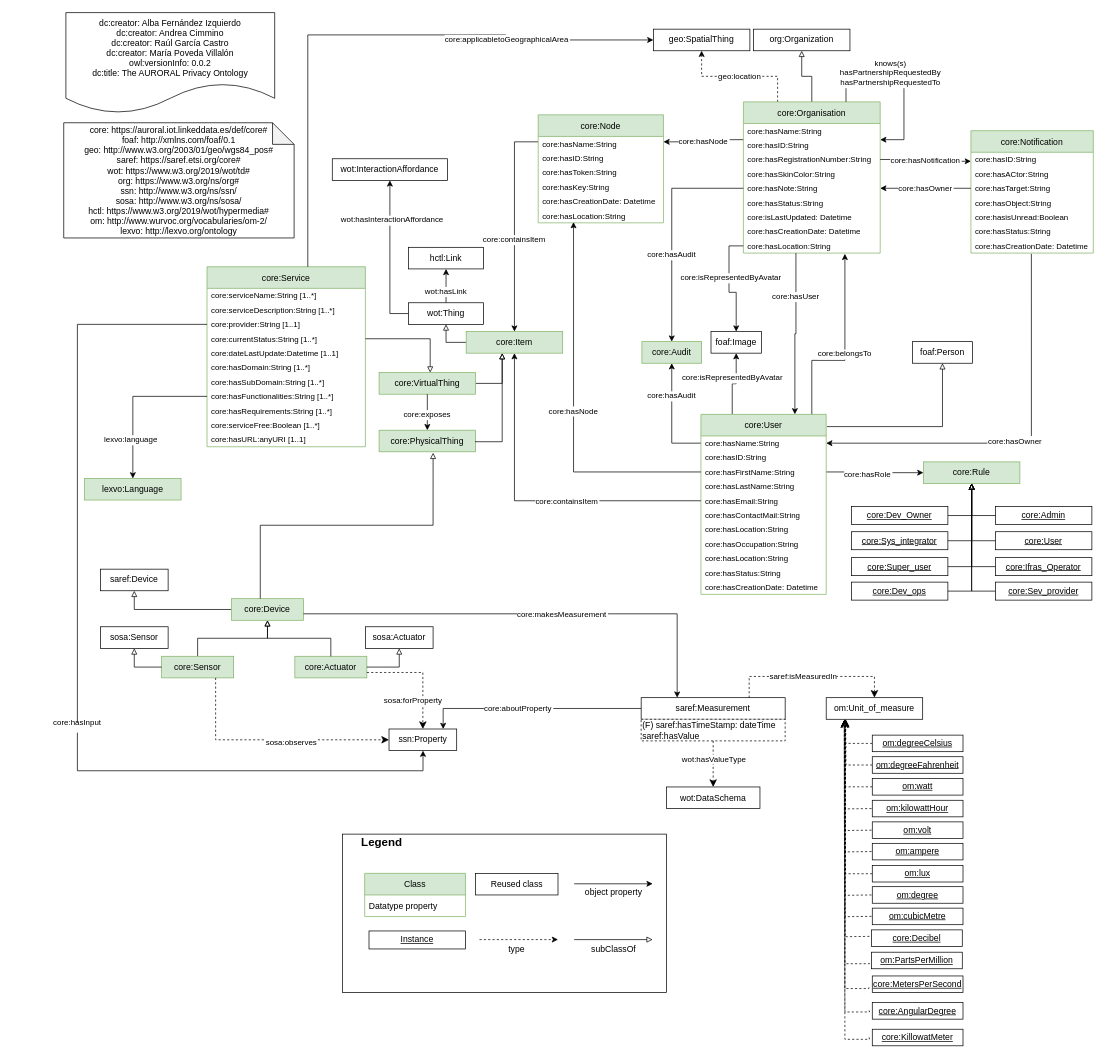
This is page "V2" (1 of 2) of diagrams/core.drawio from oeg-upm/auroral-core-ontology, a draw.io file, before an edit. Source tidied: cells renumbered, new cells numbered last; positions are measured from the earlier drawing's top-left corner, leaving out a move shared by most shapes. Both pictures are drawn from the tidied source at 72%, with x=0, y=0 at pixel (63, 12).
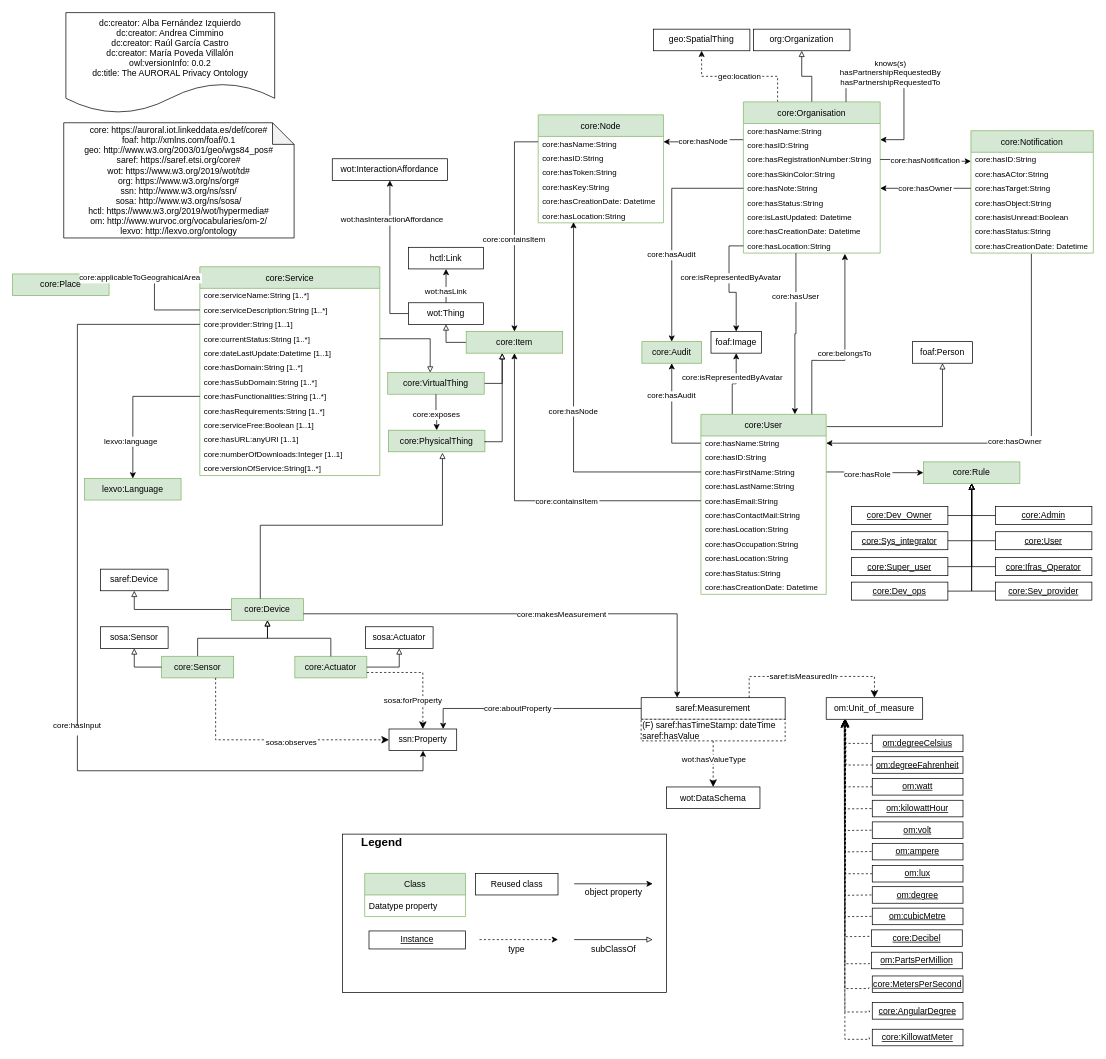
The same page after the edit.

Unchanged cells that the change refers to:
```xml
<mxCell id="47" value="geo:SpatialThing" style="rounded=0;whiteSpace=wrap;html=1;" parent="1" vertex="1">
  <mxGeometry x="819" y="23" width="134" height="30" as="geometry" />
</mxCell>
```

What changed in the source:
```diff
@@
     <mxCell id="158" value="core:Service" style="swimlane;fontStyle=0;horizontal=1;startSize=30;fillColor=#d5e8d4;strokeColor=#82b366;" parent="1" vertex="1">
-      <mxGeometry x="199" y="353" width="220" height="250" as="geometry" />
+      <mxGeometry x="189" y="353" width="250" height="290" as="geometry" />
     </mxCell>
     <mxCell id="159" value="core:serviceName:String [1..*]" style="text;strokeColor=none;fillColor=none;align=left;verticalAlign=middle;spacingLeft=4;spacingRight=4;overflow=hidden;fontSize=11;" parent="158" vertex="1">
-      <mxGeometry y="30" width="220" height="20" as="geometry" />
+      <mxGeometry y="30" width="250" height="20" as="geometry" />
     </mxCell>
     <mxCell id="160" value="core:serviceDescription:String [1..*]" style="text;strokeColor=none;fillColor=none;align=left;verticalAlign=middle;spacingLeft=4;spacingRight=4;overflow=hidden;points=[[0,0.5],[1,0.5]];portConstraint=eastwest;fontSize=11;" parent="158" vertex="1">
-      <mxGeometry y="50" width="220" height="20" as="geometry" />
+      <mxGeometry y="50" width="250" height="20" as="geometry" />
     </mxCell>
     <mxCell id="161" value="core:provider:String [1..1]" style="text;strokeColor=none;fillColor=none;align=left;verticalAlign=middle;spacingLeft=4;spacingRight=4;overflow=hidden;points=[[0,0.5],[1,0.5]];portConstraint=eastwest;fontSize=11;" parent="158" vertex="1">
-      <mxGeometry y="70" width="220" height="20" as="geometry" />
+      <mxGeometry y="70" width="250" height="20" as="geometry" />
     </mxCell>
     <mxCell id="162" value="core:currentStatus:String [1..*]" style="text;strokeColor=none;fillColor=none;align=left;verticalAlign=middle;spacingLeft=4;spacingRight=4;overflow=hidden;points=[[0,0.5],[1,0.5]];portConstraint=eastwest;fontSize=11;" parent="158" vertex="1">
-      <mxGeometry y="90" width="220" height="20" as="geometry" />
+      <mxGeometry y="90" width="250" height="20" as="geometry" />
     </mxCell>
     <mxCell id="163" value="core:dateLastUpdate:Datetime [1..1]" style="text;strokeColor=none;fillColor=none;align=left;verticalAlign=middle;spacingLeft=4;spacingRight=4;overflow=hidden;fontSize=11;" parent="158" vertex="1">
-      <mxGeometry y="110" width="220" height="20" as="geometry" />
+      <mxGeometry y="110" width="250" height="20" as="geometry" />
     </mxCell>
     <mxCell id="164" value="core:hasDomain:String [1..*]" style="text;strokeColor=none;fillColor=none;align=left;verticalAlign=middle;spacingLeft=4;spacingRight=4;overflow=hidden;fontSize=11;" parent="158" vertex="1">
-      <mxGeometry y="130" width="220" height="20" as="geometry" />
+      <mxGeometry y="130" width="250" height="20" as="geometry" />
     </mxCell>
     <mxCell id="165" value="core:hasSubDomain:String [1..*]" style="text;strokeColor=none;fillColor=none;align=left;verticalAlign=middle;spacingLeft=4;spacingRight=4;overflow=hidden;fontSize=11;" parent="158" vertex="1">
-      <mxGeometry y="150" width="220" height="20" as="geometry" />
+      <mxGeometry y="150" width="250" height="20" as="geometry" />
     </mxCell>
     <mxCell id="166" value="core:hasFunctionalities:String [1..*]" style="text;strokeColor=none;fillColor=none;align=left;verticalAlign=middle;spacingLeft=4;spacingRight=4;overflow=hidden;points=[[0,0.5],[1,0.5]];portConstraint=eastwest;fontSize=11;" parent="158" vertex="1">
-      <mxGeometry y="170" width="220" height="20" as="geometry" />
+      <mxGeometry y="170" width="250" height="20" as="geometry" />
     </mxCell>
     <mxCell id="167" value="core:hasRequirements:String [1..*]" style="text;strokeColor=none;fillColor=none;align=left;verticalAlign=middle;spacingLeft=4;spacingRight=4;overflow=hidden;fontSize=11;" parent="158" vertex="1">
-      <mxGeometry y="190" width="220" height="20" as="geometry" />
+      <mxGeometry y="190" width="250" height="20" as="geometry" />
     </mxCell>
-    <mxCell id="168" value="core:serviceFree:Boolean [1..*]" style="text;strokeColor=none;fillColor=none;align=left;verticalAlign=middle;spacingLeft=4;spacingRight=4;overflow=hidden;fontSize=11;" parent="158" vertex="1">
-      <mxGeometry y="210" width="220" height="20" as="geometry" />
+    <mxCell id="168" value="core:serviceFree:Boolean [1..1]" style="text;strokeColor=none;fillColor=none;align=left;verticalAlign=middle;spacingLeft=4;spacingRight=4;overflow=hidden;fontSize=11;" parent="158" vertex="1">
+      <mxGeometry y="210" width="250" height="20" as="geometry" />
     </mxCell>
     <mxCell id="169" value="core:hasURL:anyURI [1..1]" style="text;strokeColor=none;fillColor=none;align=left;verticalAlign=middle;spacingLeft=4;spacingRight=4;overflow=hidden;fontSize=11;" parent="158" vertex="1">
-      <mxGeometry y="230" width="220" height="20" as="geometry" />
+      <mxGeometry y="230" width="250" height="20" as="geometry" />
     </mxCell>
+    <mxCell id="182" value="core:numberOfDownloads:Integer [1..1]" style="text;strokeColor=none;fillColor=none;align=left;verticalAlign=middle;spacingLeft=4;spacingRight=4;overflow=hidden;fontSize=11;" parent="158" vertex="1">
+      <mxGeometry y="250" width="250" height="20" as="geometry" />
+    </mxCell>
+    <mxCell id="183" value="core:versionOfService:String[1..*]" style="text;strokeColor=none;fillColor=none;align=left;verticalAlign=middle;spacingLeft=4;spacingRight=4;overflow=hidden;fontSize=11;" parent="158" vertex="1">
+      <mxGeometry y="270" width="250" height="20" as="geometry" />
+    </mxCell>
     <mxCell id="170" value="core:VirtualThing" style="rounded=0;whiteSpace=wrap;html=1;fillColor=#d5e8d4;strokeColor=#82b366;" parent="1" vertex="1">
-      <mxGeometry x="438" y="500" width="134" height="30" as="geometry" />
+      <mxGeometry x="450" y="500" width="134" height="30" as="geometry" />
     </mxCell>
     <mxCell id="171" value="core:PhysicalThing" style="rounded=0;whiteSpace=wrap;html=1;fillColor=#d5e8d4;strokeColor=#82b366;" parent="1" vertex="1">
-      <mxGeometry x="438" y="580" width="134" height="30" as="geometry" />
+      <mxGeometry x="451" y="580" width="134" height="30" as="geometry" />
     </mxCell>
@@
-    <mxCell id="177" style="edgeStyle=orthogonalEdgeStyle;rounded=0;jettySize=auto;html=1;fontSize=11;endArrow=classic;endFill=1;" parent="1" edge="1" source="158" target="47">
-      <mxGeometry relative="1" as="geometry">
-        <Array as="points">
-          <mxPoint x="339" y="31" />
-          <mxPoint x="614" y="31" />
-          <mxPoint x="614" y="38" />
-        </Array>
-      </mxGeometry>
-    </mxCell>
-    <mxCell id="178" value="core:applicabletoGeographicalArea" style="edgeLabel;align=center;verticalAlign=middle;fontSize=11;" parent="177" vertex="1">
-      <mxGeometry x="0.49" y="-3" relative="1" as="geometry">
-        <mxPoint x="4" y="-1" as="offset" />
-      </mxGeometry>
-    </mxCell>
@@
+    <mxCell id="184" value="core:Place" style="rounded=0;whiteSpace=wrap;html=1;fillColor=#d5e8d4;strokeColor=#82b366;" parent="1" vertex="1">
+      <mxGeometry x="-71" y="363" width="134" height="30" as="geometry" />
+    </mxCell>
+    <mxCell id="185" style="edgeStyle=orthogonalEdgeStyle;rounded=0;jettySize=auto;html=1;entryX=1;entryY=0.25;entryDx=0;entryDy=0;fontSize=11;endArrow=classic;endFill=1;" parent="1" edge="1" source="160" target="184">
+      <mxGeometry relative="1" as="geometry" />
+    </mxCell>
+    <mxCell id="186" value="core:applicableToGeograhicalArea" style="edgeLabel;align=center;verticalAlign=middle;fontSize=11;" parent="185" vertex="1">
+      <mxGeometry x="0.49" y="-3" relative="1" as="geometry" />
+    </mxCell>
```
